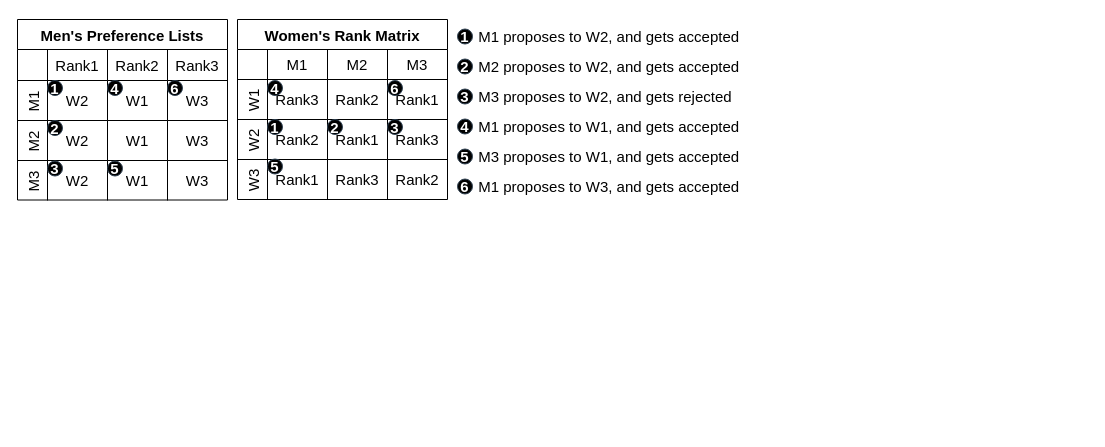
This is BambooSMP.drawio from victorliu-sq/BambooSMP-Figures, a draw.io file, before an edit. Source tidied: cells renumbered, new cells numbered last; positions are measured from the earlier drawing's top-left corner, leaving out a move shared by most shapes. Both pictures are drawn from the tidied source at 100%, with x=0, y=0 at pixel (17, 19).
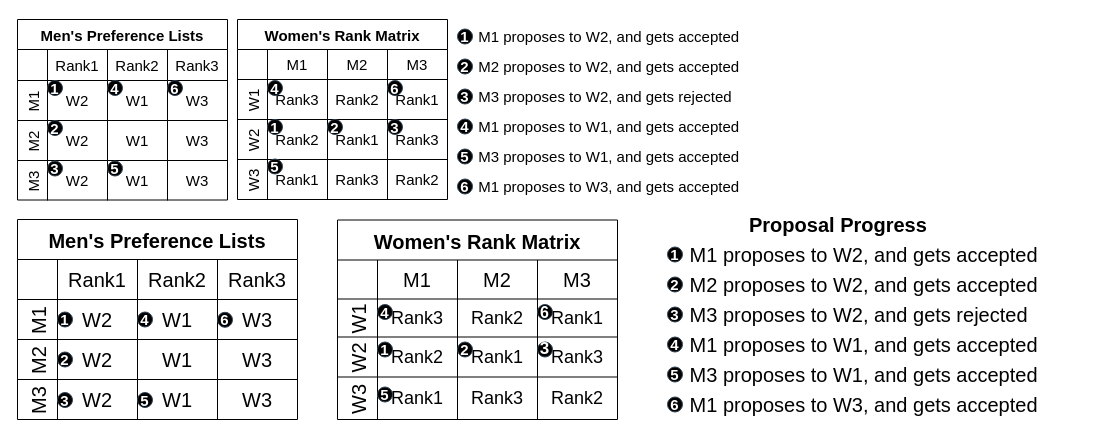
The same diagram, later.

What changed in the source:
```diff
@@
+    <mxCell id="59" value="5" style="ellipse;whiteSpace=wrap;html=1;strokeColor=#314354;align=center;verticalAlign=middle;fontFamily=Helvetica;fontSize=15;fillColor=#000000;fontColor=#ffffff;fontStyle=1;" parent="1" vertex="1">
+      <mxGeometry x="250" y="139.5" width="15" height="15" as="geometry" />
+    </mxCell>
+    <mxCell id="60" value="Men's Preference Lists" style="shape=table;startSize=40;childLayout=tableLayout;resizeLastRow=0;fontStyle=1;fontSize=20;" parent="1" vertex="1">
+      <mxGeometry y="200" width="280" height="200" as="geometry" />
+    </mxCell>
+    <mxCell id="61" style="shape=tableRow;horizontal=0;startSize=40;swimlaneHead=0;swimlaneBody=0;strokeColor=inherit;top=0;left=0;bottom=0;right=0;fillColor=none;fontSize=20;" parent="60" vertex="1">
+      <mxGeometry y="40" width="280" height="40" as="geometry" />
+    </mxCell>
+    <mxCell id="62" value="Rank1" style="shape=partialRectangle;html=1;whiteSpace=wrap;strokeColor=inherit;overflow=hidden;fillColor=none;top=0;left=0;bottom=0;right=0;fontSize=20;" parent="61" vertex="1">
+      <mxGeometry x="40" width="80" height="40" as="geometry" />
+    </mxCell>
+    <mxCell id="63" value="Rank2" style="shape=partialRectangle;html=1;whiteSpace=wrap;strokeColor=inherit;overflow=hidden;fillColor=none;top=0;left=0;bottom=0;right=0;fontSize=20;" parent="61" vertex="1">
+      <mxGeometry x="120" width="80" height="40" as="geometry" />
+    </mxCell>
+    <mxCell id="64" value="Rank3" style="shape=partialRectangle;html=1;whiteSpace=wrap;strokeColor=inherit;overflow=hidden;fillColor=none;top=0;left=0;bottom=0;right=0;strokeWidth=1;fontSize=20;" parent="61" vertex="1">
+      <mxGeometry x="200" width="80" height="40" as="geometry" />
+    </mxCell>
+    <mxCell id="65" value="M1" style="shape=tableRow;horizontal=0;startSize=40;swimlaneHead=0;swimlaneBody=0;strokeColor=inherit;top=0;left=0;bottom=0;right=0;fillColor=none;fontSize=20;" parent="60" vertex="1">
+      <mxGeometry y="80" width="280" height="40" as="geometry" />
+    </mxCell>
+    <mxCell id="66" value="W2" style="shape=partialRectangle;html=1;whiteSpace=wrap;overflow=hidden;top=0;left=0;bottom=0;right=0;strokeColor=default;fillColor=none;fontSize=20;" parent="65" vertex="1">
+      <mxGeometry x="40" width="80" height="40" as="geometry" />
+    </mxCell>
+    <mxCell id="67" value="W1" style="shape=partialRectangle;html=1;whiteSpace=wrap;overflow=hidden;top=0;left=0;bottom=0;right=0;fillColor=none;labelBackgroundColor=none;labelBorderColor=none;strokeColor=default;shadow=0;backgroundOutline=0;fontSize=20;" parent="65" vertex="1">
+      <mxGeometry x="120" width="80" height="40" as="geometry" />
+    </mxCell>
+    <mxCell id="68" value="W3" style="shape=partialRectangle;html=1;whiteSpace=wrap;overflow=hidden;top=0;left=0;bottom=0;right=0;fillColor=none;fontSize=20;" parent="65" vertex="1">
+      <mxGeometry x="200" width="80" height="40" as="geometry" />
+    </mxCell>
+    <mxCell id="69" value="M2" style="shape=tableRow;horizontal=0;startSize=40;swimlaneHead=0;swimlaneBody=0;strokeColor=inherit;top=0;left=0;bottom=0;right=0;fillColor=none;fontSize=20;" parent="60" vertex="1">
+      <mxGeometry y="120" width="280" height="40" as="geometry" />
+    </mxCell>
+    <mxCell id="70" value="W2" style="shape=partialRectangle;html=1;whiteSpace=wrap;overflow=hidden;top=0;left=0;bottom=0;right=0;strokeOpacity=100;fillColor=none;fontSize=20;" parent="69" vertex="1">
+      <mxGeometry x="40" width="80" height="40" as="geometry" />
+    </mxCell>
+    <mxCell id="71" value="W1" style="shape=partialRectangle;html=1;whiteSpace=wrap;strokeColor=inherit;overflow=hidden;fillColor=none;top=0;left=0;bottom=0;right=0;fontSize=20;" parent="69" vertex="1">
+      <mxGeometry x="120" width="80" height="40" as="geometry" />
+    </mxCell>
+    <mxCell id="72" value="W3" style="shape=partialRectangle;html=1;whiteSpace=wrap;strokeColor=inherit;overflow=hidden;fillColor=none;top=0;left=0;bottom=0;right=0;fontSize=20;" parent="69" vertex="1">
+      <mxGeometry x="200" width="80" height="40" as="geometry" />
+    </mxCell>
+    <mxCell id="73" value="M3" style="shape=tableRow;horizontal=0;startSize=40;swimlaneHead=0;swimlaneBody=0;strokeColor=inherit;top=0;left=0;bottom=0;right=0;fillColor=none;fontSize=20;" parent="60" vertex="1">
+      <mxGeometry y="160" width="280" height="40" as="geometry" />
+    </mxCell>
+    <mxCell id="74" value="W2" style="shape=partialRectangle;html=1;whiteSpace=wrap;overflow=hidden;top=0;left=0;bottom=0;right=0;fillColor=none;fontSize=20;" parent="73" vertex="1">
+      <mxGeometry x="40" width="80" height="40" as="geometry" />
+    </mxCell>
+    <mxCell id="75" value="W1" style="shape=partialRectangle;html=1;whiteSpace=wrap;overflow=hidden;top=0;left=0;bottom=0;right=0;fillColor=none;fontSize=20;" parent="73" vertex="1">
+      <mxGeometry x="120" width="80" height="40" as="geometry" />
+    </mxCell>
+    <mxCell id="76" value="W3" style="shape=partialRectangle;html=1;whiteSpace=wrap;strokeColor=inherit;overflow=hidden;fillColor=none;top=0;left=0;bottom=0;right=0;fontSize=20;" parent="73" vertex="1">
+      <mxGeometry x="200" width="80" height="40" as="geometry" />
+    </mxCell>
+    <mxCell id="77" value="Women's Rank Matrix" style="shape=table;startSize=40;childLayout=tableLayout;resizeLastRow=0;fontStyle=1;fontSize=20;" parent="1" vertex="1">
+      <mxGeometry x="320" y="200.5" width="280" height="199.5" as="geometry" />
+    </mxCell>
+    <mxCell id="78" style="shape=tableRow;horizontal=0;startSize=40;swimlaneHead=0;swimlaneBody=0;strokeColor=inherit;top=0;left=0;bottom=0;right=0;fillColor=none;fontSize=20;" parent="77" vertex="1">
+      <mxGeometry y="40" width="280" height="39" as="geometry" />
+    </mxCell>
+    <mxCell id="79" value="M1" style="shape=partialRectangle;html=1;whiteSpace=wrap;strokeColor=inherit;overflow=hidden;fillColor=none;top=0;left=0;bottom=0;right=0;fontSize=20;" parent="78" vertex="1">
+      <mxGeometry x="40" width="80" height="39" as="geometry" />
+    </mxCell>
+    <mxCell id="80" value="M2" style="shape=partialRectangle;html=1;whiteSpace=wrap;strokeColor=inherit;overflow=hidden;fillColor=none;top=0;left=0;bottom=0;right=0;fontSize=20;" parent="78" vertex="1">
+      <mxGeometry x="120" width="80" height="39" as="geometry" />
+    </mxCell>
+    <mxCell id="81" value="M3" style="shape=partialRectangle;html=1;whiteSpace=wrap;strokeColor=inherit;overflow=hidden;fillColor=none;top=0;left=0;bottom=0;right=0;strokeWidth=1;fontSize=20;" parent="78" vertex="1">
+      <mxGeometry x="200" width="80" height="39" as="geometry" />
+    </mxCell>
+    <mxCell id="82" value="W1" style="shape=tableRow;horizontal=0;startSize=40;swimlaneHead=0;swimlaneBody=0;strokeColor=inherit;top=0;left=0;bottom=0;right=0;fillColor=none;fontSize=20;" parent="77" vertex="1">
+      <mxGeometry y="79" width="280" height="38" as="geometry" />
+    </mxCell>
+    <mxCell id="83" value="Rank3" style="shape=partialRectangle;html=1;whiteSpace=wrap;strokeColor=inherit;overflow=hidden;fillColor=none;top=0;left=0;bottom=0;right=0;fontSize=18;" parent="82" vertex="1">
+      <mxGeometry x="40" width="80" height="38" as="geometry" />
+    </mxCell>
+    <mxCell id="84" value="Rank2" style="shape=partialRectangle;html=1;whiteSpace=wrap;strokeColor=inherit;overflow=hidden;fillColor=none;top=0;left=0;bottom=0;right=0;fontSize=18;" parent="82" vertex="1">
+      <mxGeometry x="120" width="80" height="38" as="geometry" />
+    </mxCell>
+    <mxCell id="85" value="Rank1" style="shape=partialRectangle;html=1;whiteSpace=wrap;strokeColor=inherit;overflow=hidden;fillColor=none;top=0;left=0;bottom=0;right=0;fontSize=18;" parent="82" vertex="1">
+      <mxGeometry x="200" width="80" height="38" as="geometry" />
+    </mxCell>
+    <mxCell id="86" value="W2" style="shape=tableRow;horizontal=0;startSize=40;swimlaneHead=0;swimlaneBody=0;strokeColor=inherit;top=0;left=0;bottom=0;right=0;fillColor=none;fontSize=20;" parent="77" vertex="1">
+      <mxGeometry y="117" width="280" height="40" as="geometry" />
+    </mxCell>
+    <mxCell id="87" value="Rank2" style="shape=partialRectangle;html=1;whiteSpace=wrap;strokeColor=inherit;overflow=hidden;fillColor=none;top=0;left=0;bottom=0;right=0;fontSize=18;" parent="86" vertex="1">
+      <mxGeometry x="40" width="80" height="40" as="geometry" />
+    </mxCell>
+    <mxCell id="88" value="Rank1" style="shape=partialRectangle;html=1;whiteSpace=wrap;strokeColor=inherit;overflow=hidden;fillColor=none;top=0;left=0;bottom=0;right=0;fontSize=18;" parent="86" vertex="1">
+      <mxGeometry x="120" width="80" height="40" as="geometry" />
+    </mxCell>
+    <mxCell id="89" value="Rank3" style="shape=partialRectangle;html=1;whiteSpace=wrap;strokeColor=inherit;overflow=hidden;fillColor=none;top=0;left=0;bottom=0;right=0;fontSize=18;" parent="86" vertex="1">
+      <mxGeometry x="200" width="80" height="40" as="geometry" />
+    </mxCell>
+    <mxCell id="90" value="W3" style="shape=tableRow;horizontal=0;startSize=40;swimlaneHead=0;swimlaneBody=0;strokeColor=inherit;top=0;left=0;bottom=0;right=0;fillColor=none;fontSize=20;" parent="77" vertex="1">
+      <mxGeometry y="157" width="280" height="43" as="geometry" />
+    </mxCell>
+    <mxCell id="91" value="Rank1" style="shape=partialRectangle;html=1;whiteSpace=wrap;strokeColor=inherit;overflow=hidden;fillColor=none;top=0;left=0;bottom=0;right=0;fontSize=18;" parent="90" vertex="1">
+      <mxGeometry x="40" width="80" height="43" as="geometry" />
+    </mxCell>
+    <mxCell id="92" value="Rank3" style="shape=partialRectangle;html=1;whiteSpace=wrap;strokeColor=inherit;overflow=hidden;fillColor=none;top=0;left=0;bottom=0;right=0;fontSize=18;" parent="90" vertex="1">
+      <mxGeometry x="120" width="80" height="43" as="geometry" />
+    </mxCell>
+    <mxCell id="93" value="Rank2" style="shape=partialRectangle;html=1;whiteSpace=wrap;strokeColor=inherit;overflow=hidden;fillColor=none;top=0;left=0;bottom=0;right=0;fontSize=18;" parent="90" vertex="1">
+      <mxGeometry x="200" width="80" height="43" as="geometry" />
+    </mxCell>
+    <mxCell id="94" value="1" style="ellipse;whiteSpace=wrap;html=1;strokeColor=#314354;align=center;verticalAlign=middle;fontFamily=Helvetica;fontSize=15;fillColor=#000000;fontColor=#ffffff;fontStyle=1;" parent="1" vertex="1">
+      <mxGeometry x="650" y="227.5" width="15" height="15" as="geometry" />
+    </mxCell>
+    <mxCell id="95" value="2" style="ellipse;whiteSpace=wrap;html=1;strokeColor=#314354;align=center;verticalAlign=middle;fontFamily=Helvetica;fontSize=15;fillColor=#000000;fontColor=#ffffff;fontStyle=1;" parent="1" vertex="1">
+      <mxGeometry x="650" y="257.5" width="15" height="15" as="geometry" />
+    </mxCell>
+    <mxCell id="96" value="3" style="ellipse;whiteSpace=wrap;html=1;strokeColor=#314354;align=center;verticalAlign=middle;fontFamily=Helvetica;fontSize=15;fillColor=#000000;fontColor=#ffffff;fontStyle=1;" parent="1" vertex="1">
+      <mxGeometry x="650" y="287.5" width="15" height="15" as="geometry" />
+    </mxCell>
+    <mxCell id="97" value="4" style="ellipse;whiteSpace=wrap;html=1;strokeColor=#314354;align=center;verticalAlign=middle;fontFamily=Helvetica;fontSize=15;fillColor=#000000;fontColor=#ffffff;fontStyle=1;" parent="1" vertex="1">
+      <mxGeometry x="650" y="317.5" width="15" height="15" as="geometry" />
+    </mxCell>
+    <mxCell id="98" value="5" style="ellipse;whiteSpace=wrap;html=1;strokeColor=#314354;align=center;verticalAlign=middle;fontFamily=Helvetica;fontSize=15;fillColor=#000000;fontColor=#ffffff;fontStyle=1;" parent="1" vertex="1">
+      <mxGeometry x="650" y="347.5" width="15" height="15" as="geometry" />
+    </mxCell>
+    <mxCell id="99" value="6" style="ellipse;whiteSpace=wrap;html=1;strokeColor=#314354;align=center;verticalAlign=middle;fontFamily=Helvetica;fontSize=15;fillColor=#000000;fontColor=#ffffff;fontStyle=1;" parent="1" vertex="1">
+      <mxGeometry x="650" y="377.5" width="15" height="15" as="geometry" />
+    </mxCell>
+    <mxCell id="100" value="&lt;h1 style=&quot;font-size: 20px;&quot;&gt;&lt;span style=&quot;font-size: 20px; font-weight: 400;&quot;&gt;&amp;nbsp;M1 proposes to W2, and gets accepted&lt;/span&gt;&lt;/h1&gt;" style="text;strokeColor=none;align=left;fillColor=none;html=1;verticalAlign=middle;whiteSpace=wrap;rounded=0;fontFamily=Helvetica;fontSize=20;fontColor=default;" parent="1" vertex="1">
+      <mxGeometry x="665" y="220" width="405" height="30" as="geometry" />
+    </mxCell>
+    <mxCell id="101" value="&lt;h1 style=&quot;font-size: 20px;&quot;&gt;&lt;span style=&quot;font-size: 20px; font-weight: 400;&quot;&gt;&amp;nbsp;M2 proposes to W2, and gets accepted&lt;/span&gt;&lt;/h1&gt;" style="text;strokeColor=none;align=left;fillColor=none;html=1;verticalAlign=middle;whiteSpace=wrap;rounded=0;fontFamily=Helvetica;fontSize=20;fontColor=default;" parent="1" vertex="1">
+      <mxGeometry x="665" y="250" width="365" height="30" as="geometry" />
+    </mxCell>
+    <mxCell id="102" value="&lt;h1 style=&quot;font-size: 20px;&quot;&gt;&lt;span style=&quot;font-size: 20px; font-weight: 400;&quot;&gt;&amp;nbsp;M3 proposes to W2, and gets rejected&lt;/span&gt;&lt;/h1&gt;" style="text;strokeColor=none;align=left;fillColor=none;html=1;verticalAlign=middle;whiteSpace=wrap;rounded=0;fontFamily=Helvetica;fontSize=20;fontColor=default;" parent="1" vertex="1">
+      <mxGeometry x="665" y="280" width="365" height="30" as="geometry" />
+    </mxCell>
+    <mxCell id="103" value="&lt;h1 style=&quot;font-size: 20px;&quot;&gt;&lt;span style=&quot;font-size: 20px; font-weight: 400;&quot;&gt;&amp;nbsp;M1 proposes to W1, and gets accepted&lt;/span&gt;&lt;/h1&gt;" style="text;strokeColor=none;align=left;fillColor=none;html=1;verticalAlign=middle;whiteSpace=wrap;rounded=0;fontFamily=Helvetica;fontSize=20;fontColor=default;" parent="1" vertex="1">
+      <mxGeometry x="665" y="310" width="365" height="30" as="geometry" />
+    </mxCell>
+    <mxCell id="104" value="&lt;h1 style=&quot;font-size: 20px;&quot;&gt;&lt;span style=&quot;font-size: 20px; font-weight: 400;&quot;&gt;&amp;nbsp;M3 proposes to W1, and gets accepted&lt;/span&gt;&lt;/h1&gt;" style="text;strokeColor=none;align=left;fillColor=none;html=1;verticalAlign=middle;whiteSpace=wrap;rounded=0;fontFamily=Helvetica;fontSize=20;fontColor=default;" parent="1" vertex="1">
+      <mxGeometry x="665" y="340" width="365" height="30" as="geometry" />
+    </mxCell>
+    <mxCell id="105" value="&lt;h1 style=&quot;font-size: 20px;&quot;&gt;&lt;span style=&quot;font-size: 20px; font-weight: 400;&quot;&gt;&amp;nbsp;M1 proposes to W3, and gets accepted&lt;/span&gt;&lt;/h1&gt;" style="text;strokeColor=none;align=left;fillColor=none;html=1;verticalAlign=middle;whiteSpace=wrap;rounded=0;fontFamily=Helvetica;fontSize=20;fontColor=default;" parent="1" vertex="1">
+      <mxGeometry x="665" y="370" width="365" height="30" as="geometry" />
+    </mxCell>
+    <mxCell id="106" value="&lt;h1 style=&quot;font-size: 20px;&quot;&gt;&lt;span style=&quot;font-size: 20px;&quot;&gt;Proposal Progress&lt;/span&gt;&lt;/h1&gt;" style="text;strokeColor=none;align=left;fillColor=none;html=1;verticalAlign=middle;whiteSpace=wrap;rounded=0;fontFamily=Helvetica;fontSize=20;fontColor=default;fontStyle=1;" parent="1" vertex="1">
+      <mxGeometry x="730" y="190" width="275" height="30" as="geometry" />
+    </mxCell>
+    <mxCell id="107" value="1" style="ellipse;whiteSpace=wrap;html=1;strokeColor=#314354;align=center;verticalAlign=middle;fontFamily=Helvetica;fontSize=15;fillColor=#000000;fontColor=#ffffff;fontStyle=1;" parent="1" vertex="1">
+      <mxGeometry x="40" y="292.5" width="15" height="15" as="geometry" />
+    </mxCell>
+    <mxCell id="108" value="2" style="ellipse;whiteSpace=wrap;html=1;strokeColor=#314354;align=center;verticalAlign=middle;fontFamily=Helvetica;fontSize=15;fillColor=#000000;fontColor=#ffffff;fontStyle=1;" parent="1" vertex="1">
+      <mxGeometry x="40" y="332.5" width="15" height="15" as="geometry" />
+    </mxCell>
+    <mxCell id="109" value="3" style="ellipse;whiteSpace=wrap;html=1;strokeColor=#314354;align=center;verticalAlign=middle;fontFamily=Helvetica;fontSize=15;fillColor=#000000;fontColor=#ffffff;fontStyle=1;" parent="1" vertex="1">
+      <mxGeometry x="40" y="373" width="15" height="15" as="geometry" />
+    </mxCell>
+    <mxCell id="110" value="4" style="ellipse;whiteSpace=wrap;html=1;strokeColor=#314354;align=center;verticalAlign=middle;fontFamily=Helvetica;fontSize=15;fillColor=#000000;fontColor=#ffffff;fontStyle=1;" parent="1" vertex="1">
+      <mxGeometry x="120" y="292.5" width="15" height="15" as="geometry" />
+    </mxCell>
+    <mxCell id="111" value="5" style="ellipse;whiteSpace=wrap;html=1;strokeColor=#314354;align=center;verticalAlign=middle;fontFamily=Helvetica;fontSize=15;fillColor=#000000;fontColor=#ffffff;fontStyle=1;" parent="1" vertex="1">
+      <mxGeometry x="120" y="373" width="15" height="15" as="geometry" />
+    </mxCell>
+    <mxCell id="112" value="6" style="ellipse;whiteSpace=wrap;html=1;strokeColor=#314354;align=center;verticalAlign=middle;fontFamily=Helvetica;fontSize=15;fillColor=#000000;fontColor=#ffffff;fontStyle=1;" parent="1" vertex="1">
+      <mxGeometry x="200" y="292.8" width="15" height="15" as="geometry" />
+    </mxCell>
+    <mxCell id="113" value="1" style="ellipse;whiteSpace=wrap;html=1;strokeColor=#314354;align=center;verticalAlign=middle;fontFamily=Helvetica;fontSize=15;fillColor=#000000;fontColor=#ffffff;fontStyle=1;" parent="1" vertex="1">
+      <mxGeometry x="360" y="322.5" width="15" height="15" as="geometry" />
+    </mxCell>
+    <mxCell id="114" value="2" style="ellipse;whiteSpace=wrap;html=1;strokeColor=#314354;align=center;verticalAlign=middle;fontFamily=Helvetica;fontSize=15;fillColor=#000000;fontColor=#ffffff;fontStyle=1;" parent="1" vertex="1">
+      <mxGeometry x="440" y="322.5" width="15" height="15" as="geometry" />
+    </mxCell>
+    <mxCell id="115" value="3" style="ellipse;whiteSpace=wrap;html=1;strokeColor=#314354;align=center;verticalAlign=middle;fontFamily=Helvetica;fontSize=17;fillColor=#000000;fontColor=#ffffff;fontStyle=1;spacing=0;" parent="1" vertex="1">
+      <mxGeometry x="520" y="322.5" width="15" height="15" as="geometry" />
+    </mxCell>
+    <mxCell id="116" value="6" style="ellipse;whiteSpace=wrap;html=1;strokeColor=#314354;align=center;verticalAlign=middle;fontFamily=Helvetica;fontSize=16;fillColor=#000000;fontColor=#ffffff;fontStyle=1;" parent="1" vertex="1">
+      <mxGeometry x="520" y="285" width="15" height="15" as="geometry" />
+    </mxCell>
+    <mxCell id="117" value="5" style="ellipse;whiteSpace=wrap;html=1;strokeColor=#314354;align=center;verticalAlign=middle;fontFamily=Helvetica;fontSize=15;fillColor=#000000;fontColor=#ffffff;fontStyle=1;" parent="1" vertex="1">
+      <mxGeometry x="360" y="367.5" width="15" height="15" as="geometry" />
+    </mxCell>
+    <mxCell id="118" value="4" style="ellipse;whiteSpace=wrap;html=1;strokeColor=#314354;align=center;verticalAlign=middle;fontFamily=Helvetica;fontSize=15;fillColor=#000000;fontColor=#ffffff;fontStyle=1;" parent="1" vertex="1">
+      <mxGeometry x="360" y="285" width="15" height="15" as="geometry" />
+    </mxCell>
@@
-    <mxCell id="59" value="5" style="ellipse;whiteSpace=wrap;html=1;strokeColor=#314354;align=center;verticalAlign=middle;fontFamily=Helvetica;fontSize=15;fillColor=#000000;fontColor=#ffffff;fontStyle=1;" parent="1" vertex="1">
-      <mxGeometry x="250" y="139.5" width="15" height="15" as="geometry" />
-    </mxCell>
```
